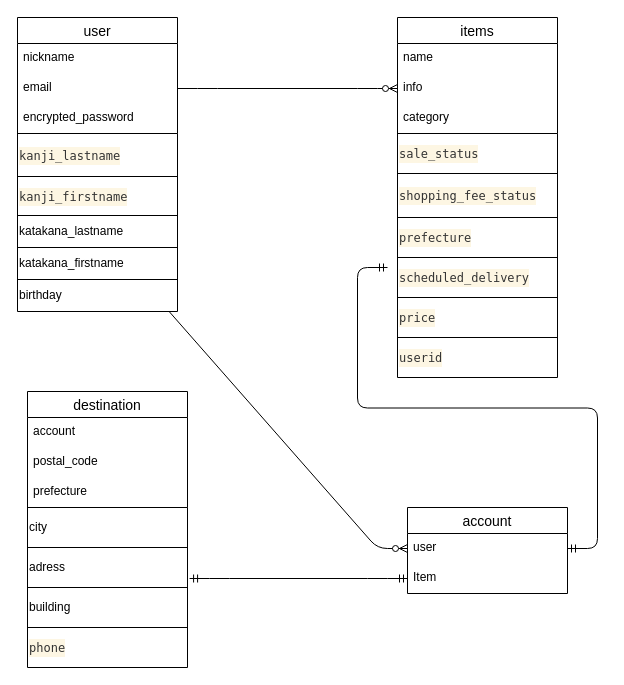
kondo1173/furima-35490 keeps this draw.io diagram as test.dio. Above is the earlier version. Source tidied: cells renumbered, new cells numbered last; positions are measured from the earlier drawing's top-left corner, leaving out a move shared by most shapes. Both pictures are drawn from the tidied source at 100%, with x=0, y=0 at pixel (17, 17).
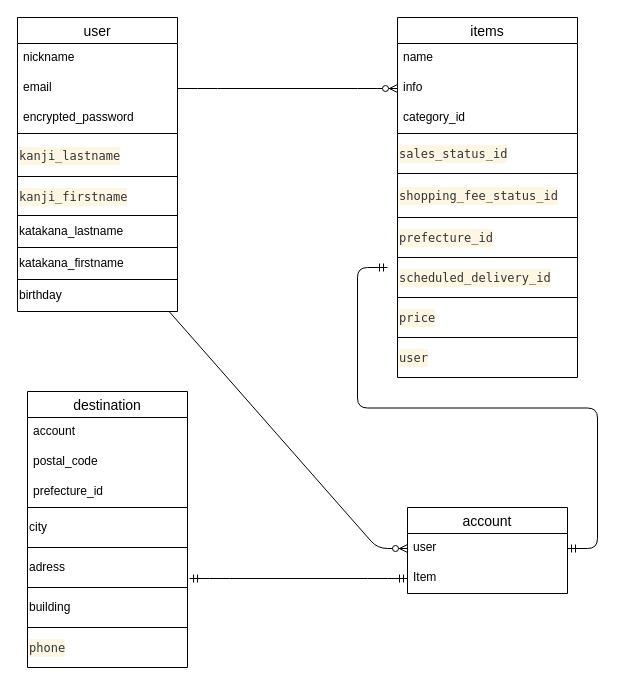
Above is the later version.

Commit message (it also covers changes not shown here):
README及びER図修正２

Unchanged cells that the change refers to:
```xml
<mxCell id="40" value="destination" style="swimlane;fontStyle=0;horizontal=1;startSize=26;align=center;fontSize=14;" parent="1" vertex="1">
  <mxGeometry x="10" y="374" width="160" height="116" as="geometry" />
</mxCell>
```

The edit, as a diff of the source:
```diff
@@
     <mxCell id="6" value="items" style="swimlane;fontStyle=0;horizontal=1;startSize=26;align=center;fontSize=14;" parent="1" vertex="1">
-      <mxGeometry x="380" width="160" height="116" as="geometry" />
+      <mxGeometry x="380" width="180" height="116" as="geometry" />
     </mxCell>
     <mxCell id="7" value="name" style="text;strokeColor=none;fillColor=none;spacingLeft=4;spacingRight=4;overflow=hidden;fontSize=12;" parent="6" vertex="1">
-      <mxGeometry y="26" width="160" height="30" as="geometry" />
+      <mxGeometry y="26" width="180" height="30" as="geometry" />
     </mxCell>
     <mxCell id="8" value="info" style="text;strokeColor=none;fillColor=none;spacingLeft=4;spacingRight=4;overflow=hidden;fontSize=12;" parent="6" vertex="1">
-      <mxGeometry y="56" width="160" height="30" as="geometry" />
+      <mxGeometry y="56" width="180" height="30" as="geometry" />
     </mxCell>
-    <mxCell id="9" value="category&#10;" style="text;strokeColor=none;fillColor=none;spacingLeft=4;spacingRight=4;overflow=hidden;fontSize=12;" parent="6" vertex="1">
-      <mxGeometry y="86" width="160" height="30" as="geometry" />
+    <mxCell id="9" value="category_id&#10;" style="text;strokeColor=none;fillColor=none;spacingLeft=4;spacingRight=4;overflow=hidden;fontSize=12;" parent="6" vertex="1">
+      <mxGeometry y="86" width="180" height="30" as="geometry" />
     </mxCell>
@@
     <mxCell id="27" style="shape=table;html=1;whiteSpace=wrap;startSize=0;childLayout=tableLayout;" parent="1" vertex="1">
-      <mxGeometry x="380" y="116" width="160" height="244" as="geometry" />
+      <mxGeometry x="380" y="116" width="180" height="244" as="geometry" />
     </mxCell>
     <mxCell id="28" style="shape=partialRectangle;html=1;whiteSpace=wrap;fillColor=none;top=0;left=0;bottom=0;right=0;" parent="27" vertex="1">
-      <mxGeometry width="160" height="40" as="geometry" />
+      <mxGeometry width="180" height="40" as="geometry" />
     </mxCell>
-    <mxCell id="29" value="&lt;div style=&quot;color: rgb(51 , 51 , 51) ; background-color: rgb(253 , 246 , 227) ; font-family: &amp;#34;menlo&amp;#34; , &amp;#34;monaco&amp;#34; , &amp;#34;courier new&amp;#34; , monospace ; font-weight: normal ; font-size: 12px ; line-height: 18px&quot;&gt;&lt;div&gt;&lt;span style=&quot;color: #333333&quot;&gt;sale_status&lt;/span&gt;&lt;/div&gt;&lt;/div&gt;" style="shape=partialRectangle;html=1;whiteSpace=wrap;overflow=hidden;fillColor=none;top=0;left=0;bottom=0;right=0;align=left;" parent="28" vertex="1">
-      <mxGeometry width="160" height="40" as="geometry" />
+    <mxCell id="29" value="&lt;div style=&quot;color: rgb(51 , 51 , 51) ; background-color: rgb(253 , 246 , 227) ; font-family: &amp;#34;menlo&amp;#34; , &amp;#34;monaco&amp;#34; , &amp;#34;courier new&amp;#34; , monospace ; font-weight: normal ; font-size: 12px ; line-height: 18px&quot;&gt;&lt;div&gt;&lt;span style=&quot;color: #333333&quot;&gt;sales_status_id&lt;/span&gt;&lt;/div&gt;&lt;/div&gt;" style="shape=partialRectangle;html=1;whiteSpace=wrap;overflow=hidden;fillColor=none;top=0;left=0;bottom=0;right=0;align=left;" parent="28" vertex="1">
+      <mxGeometry width="180" height="40" as="geometry" />
     </mxCell>
     <mxCell id="30" style="shape=partialRectangle;html=1;whiteSpace=wrap;fillColor=none;top=0;left=0;bottom=0;right=0;" parent="27" vertex="1">
-      <mxGeometry y="40" width="160" height="44" as="geometry" />
+      <mxGeometry y="40" width="180" height="44" as="geometry" />
     </mxCell>
-    <mxCell id="31" value="&lt;div style=&quot;color: rgb(51 , 51 , 51) ; background-color: rgb(253 , 246 , 227) ; font-family: &amp;#34;menlo&amp;#34; , &amp;#34;monaco&amp;#34; , &amp;#34;courier new&amp;#34; , monospace ; font-weight: normal ; font-size: 12px ; line-height: 18px&quot;&gt;&lt;div&gt;&lt;span style=&quot;color: #333333&quot;&gt;shopping_fee_status&lt;/span&gt;&lt;/div&gt;&lt;/div&gt;" style="shape=partialRectangle;html=1;whiteSpace=wrap;overflow=hidden;fillColor=none;top=0;left=0;bottom=0;right=0;align=left;" parent="30" vertex="1">
-      <mxGeometry width="160" height="44" as="geometry" />
+    <mxCell id="31" value="&lt;div style=&quot;color: rgb(51 , 51 , 51) ; background-color: rgb(253 , 246 , 227) ; font-family: &amp;#34;menlo&amp;#34; , &amp;#34;monaco&amp;#34; , &amp;#34;courier new&amp;#34; , monospace ; font-weight: normal ; font-size: 12px ; line-height: 18px&quot;&gt;&lt;div&gt;&lt;span style=&quot;color: #333333&quot;&gt;shopping_fee_status_id&lt;/span&gt;&lt;/div&gt;&lt;/div&gt;" style="shape=partialRectangle;html=1;whiteSpace=wrap;overflow=hidden;fillColor=none;top=0;left=0;bottom=0;right=0;align=left;" parent="30" vertex="1">
+      <mxGeometry width="180" height="44" as="geometry" />
     </mxCell>
     <mxCell id="32" style="shape=partialRectangle;html=1;whiteSpace=wrap;fillColor=none;top=0;left=0;bottom=0;right=0;" parent="27" vertex="1">
-      <mxGeometry y="84" width="160" height="40" as="geometry" />
+      <mxGeometry y="84" width="180" height="40" as="geometry" />
     </mxCell>
-    <mxCell id="33" value="&lt;div style=&quot;color: rgb(51 , 51 , 51) ; background-color: rgb(253 , 246 , 227) ; font-family: &amp;#34;menlo&amp;#34; , &amp;#34;monaco&amp;#34; , &amp;#34;courier new&amp;#34; , monospace ; font-weight: normal ; font-size: 12px ; line-height: 18px&quot;&gt;&lt;div&gt;&lt;span style=&quot;color: #333333&quot;&gt;prefecture&lt;/span&gt;&lt;/div&gt;&lt;/div&gt;" style="shape=partialRectangle;html=1;whiteSpace=wrap;overflow=hidden;fillColor=none;top=0;left=0;bottom=0;right=0;align=left;" parent="32" vertex="1">
-      <mxGeometry width="160" height="40" as="geometry" />
+    <mxCell id="33" value="&lt;div style=&quot;color: rgb(51 , 51 , 51) ; background-color: rgb(253 , 246 , 227) ; font-family: &amp;#34;menlo&amp;#34; , &amp;#34;monaco&amp;#34; , &amp;#34;courier new&amp;#34; , monospace ; font-weight: normal ; font-size: 12px ; line-height: 18px&quot;&gt;&lt;div&gt;&lt;span style=&quot;color: #333333&quot;&gt;prefecture_id&lt;/span&gt;&lt;/div&gt;&lt;/div&gt;" style="shape=partialRectangle;html=1;whiteSpace=wrap;overflow=hidden;fillColor=none;top=0;left=0;bottom=0;right=0;align=left;" parent="32" vertex="1">
+      <mxGeometry width="180" height="40" as="geometry" />
     </mxCell>
     <mxCell id="34" style="shape=partialRectangle;html=1;whiteSpace=wrap;fillColor=none;top=0;left=0;bottom=0;right=0;" parent="27" vertex="1">
-      <mxGeometry y="124" width="160" height="40" as="geometry" />
+      <mxGeometry y="124" width="180" height="40" as="geometry" />
     </mxCell>
-    <mxCell id="35" value="&lt;div style=&quot;color: rgb(51 , 51 , 51) ; background-color: rgb(253 , 246 , 227) ; font-family: &amp;#34;menlo&amp;#34; , &amp;#34;monaco&amp;#34; , &amp;#34;courier new&amp;#34; , monospace ; font-weight: normal ; font-size: 12px ; line-height: 18px&quot;&gt;&lt;div&gt;&lt;span style=&quot;color: #333333&quot;&gt;scheduled_delivery&lt;/span&gt;&lt;/div&gt;&lt;/div&gt;" style="shape=partialRectangle;html=1;whiteSpace=wrap;overflow=hidden;fillColor=none;top=0;left=0;bottom=0;right=0;align=left;" parent="34" vertex="1">
-      <mxGeometry width="160" height="40" as="geometry" />
+    <mxCell id="35" value="&lt;div style=&quot;color: rgb(51 , 51 , 51) ; background-color: rgb(253 , 246 , 227) ; font-family: &amp;#34;menlo&amp;#34; , &amp;#34;monaco&amp;#34; , &amp;#34;courier new&amp;#34; , monospace ; font-weight: normal ; font-size: 12px ; line-height: 18px&quot;&gt;&lt;div&gt;&lt;span style=&quot;color: #333333&quot;&gt;scheduled_delivery_id&lt;/span&gt;&lt;/div&gt;&lt;/div&gt;" style="shape=partialRectangle;html=1;whiteSpace=wrap;overflow=hidden;fillColor=none;top=0;left=0;bottom=0;right=0;align=left;" parent="34" vertex="1">
+      <mxGeometry width="180" height="40" as="geometry" />
     </mxCell>
     <mxCell id="36" style="shape=partialRectangle;html=1;whiteSpace=wrap;fillColor=none;top=0;left=0;bottom=0;right=0;" parent="27" vertex="1">
-      <mxGeometry y="164" width="160" height="40" as="geometry" />
+      <mxGeometry y="164" width="180" height="40" as="geometry" />
     </mxCell>
     <mxCell id="37" value="&lt;div style=&quot;color: rgb(51 , 51 , 51) ; background-color: rgb(253 , 246 , 227) ; font-family: &amp;#34;menlo&amp;#34; , &amp;#34;monaco&amp;#34; , &amp;#34;courier new&amp;#34; , monospace ; font-weight: normal ; font-size: 12px ; line-height: 18px&quot;&gt;&lt;div&gt;&lt;span style=&quot;color: #333333&quot;&gt;price &lt;/span&gt;&lt;/div&gt;&lt;/div&gt;" style="shape=partialRectangle;html=1;whiteSpace=wrap;overflow=hidden;fillColor=none;top=0;left=0;bottom=0;right=0;align=left;" parent="36" vertex="1">
-      <mxGeometry width="160" height="40" as="geometry" />
+      <mxGeometry width="180" height="40" as="geometry" />
     </mxCell>
     <mxCell id="38" style="shape=partialRectangle;html=1;whiteSpace=wrap;fillColor=none;top=0;left=0;bottom=0;right=0;" parent="27" vertex="1">
-      <mxGeometry y="204" width="160" height="40" as="geometry" />
+      <mxGeometry y="204" width="180" height="40" as="geometry" />
     </mxCell>
-    <mxCell id="39" value="&lt;div style=&quot;color: rgb(51 , 51 , 51) ; background-color: rgb(253 , 246 , 227) ; font-family: &amp;quot;menlo&amp;quot; , &amp;quot;monaco&amp;quot; , &amp;quot;courier new&amp;quot; , monospace ; font-weight: normal ; font-size: 12px ; line-height: 18px&quot;&gt;userid&lt;/div&gt;" style="shape=partialRectangle;html=1;whiteSpace=wrap;overflow=hidden;fillColor=none;top=0;left=0;bottom=0;right=0;align=left;" parent="38" vertex="1">
-      <mxGeometry width="160" height="40" as="geometry" />
+    <mxCell id="39" value="&lt;div style=&quot;color: rgb(51 , 51 , 51) ; background-color: rgb(253 , 246 , 227) ; font-family: &amp;#34;menlo&amp;#34; , &amp;#34;monaco&amp;#34; , &amp;#34;courier new&amp;#34; , monospace ; font-weight: normal ; font-size: 12px ; line-height: 18px&quot;&gt;user&lt;/div&gt;" style="shape=partialRectangle;html=1;whiteSpace=wrap;overflow=hidden;fillColor=none;top=0;left=0;bottom=0;right=0;align=left;" parent="38" vertex="1">
+      <mxGeometry width="180" height="40" as="geometry" />
     </mxCell>
@@
-    <mxCell id="43" value="prefecture" style="text;strokeColor=none;fillColor=none;spacingLeft=4;spacingRight=4;overflow=hidden;fontSize=12;" parent="40" vertex="1">
+    <mxCell id="43" value="prefecture_id" style="text;strokeColor=none;fillColor=none;spacingLeft=4;spacingRight=4;overflow=hidden;fontSize=12;" parent="40" vertex="1">
       <mxGeometry y="86" width="160" height="30" as="geometry" />
     </mxCell>
```
